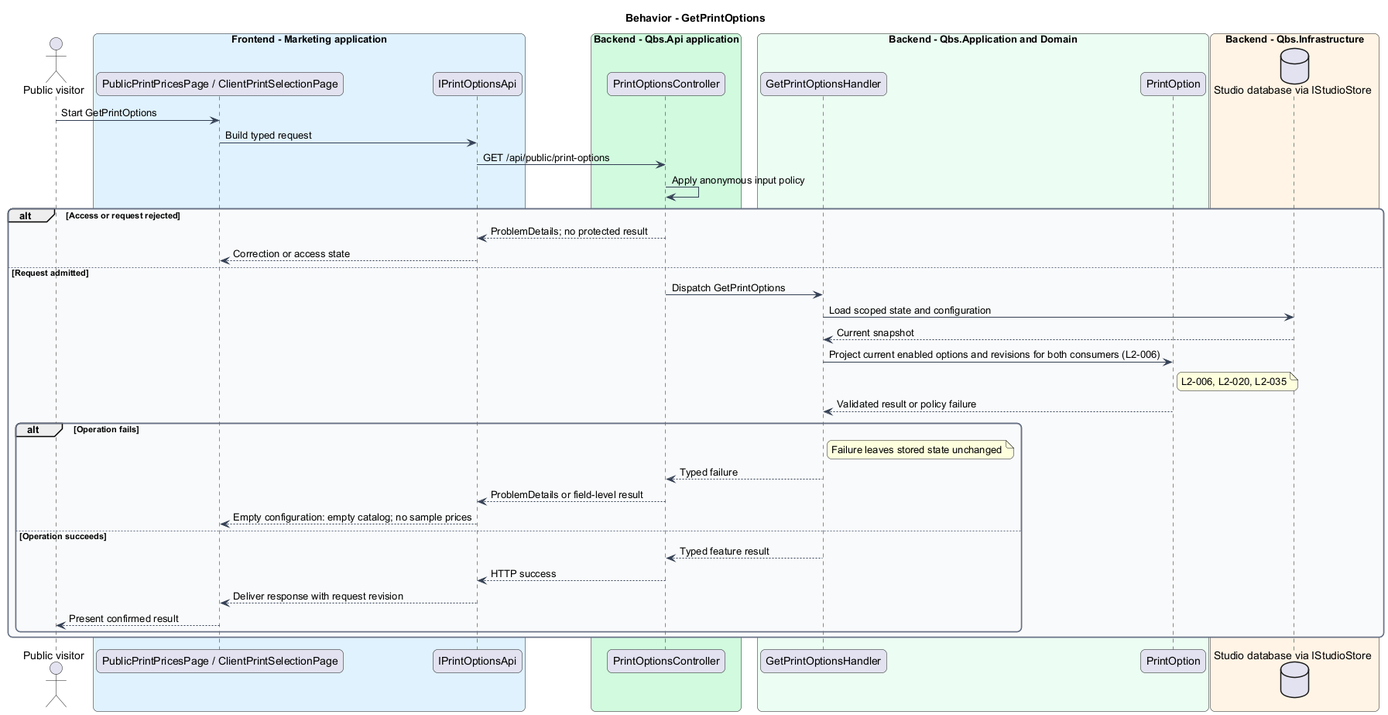
Earlier version of the PlantUML export docs/detailed-designs/prints-and-albums/configure-and-display-print-prices/diagrams/sequence-get-print-options.png (QuinntyneBrown/quinntyne-brown-studio). Source of this version:
```plantuml
@startuml
skinparam backgroundColor #FFFFFF
skinparam shadowing false
skinparam roundcorner 12
skinparam defaultFontName Arial
skinparam ArrowColor #344054
skinparam rectangle {
  BorderColor #344054
  FontColor #101828
}
skinparam package {
  BorderColor #667085
  FontColor #101828
  BackgroundColor #F9FAFB
}
title Behavior - GetPrintOptions
actor "Public visitor" as actor
box "Frontend - Marketing application" #E0F2FE
 participant "PublicPrintPricesPage / ClientPrintSelectionPage" as page
 participant "IPrintOptionsApi" as client
end box
box "Backend - Qbs.Api application" #D1FADF
 participant "PrintOptionsController" as controller
end box
box "Backend - Qbs.Application and Domain" #ECFDF3
 participant "GetPrintOptionsHandler" as handler
 participant "PrintOption" as entity
end box
box "Backend - Qbs.Infrastructure" #FFF4E5
 database "Studio database via IStudioStore" as db
end box
actor -> page : Start GetPrintOptions
page -> client : Build typed request
client -> controller : GET /api/public/print-options
controller -> controller : Apply anonymous input policy
alt Access or request rejected
controller --> client : ProblemDetails; no protected result
client --> page : Correction or access state
else Request admitted
controller -> handler : Dispatch GetPrintOptions
handler -> db : Load scoped state and configuration
db --> handler : Current snapshot
handler -> entity : Project current enabled options and revisions for both consumers (L2-006)
note right of entity
L2-006, L2-020, L2-035
end note
entity --> handler : Validated result or policy failure
alt Operation fails
note right of handler : Failure leaves stored state unchanged
handler --> controller : Typed failure
controller --> client : ProblemDetails or field-level result
client --> page : Empty configuration: empty catalog; no sample prices
else Operation succeeds
handler --> controller : Typed feature result
controller --> client : HTTP success
client --> page : Deliver response with request revision
page --> actor : Present confirmed result
end
end
@enduml
```
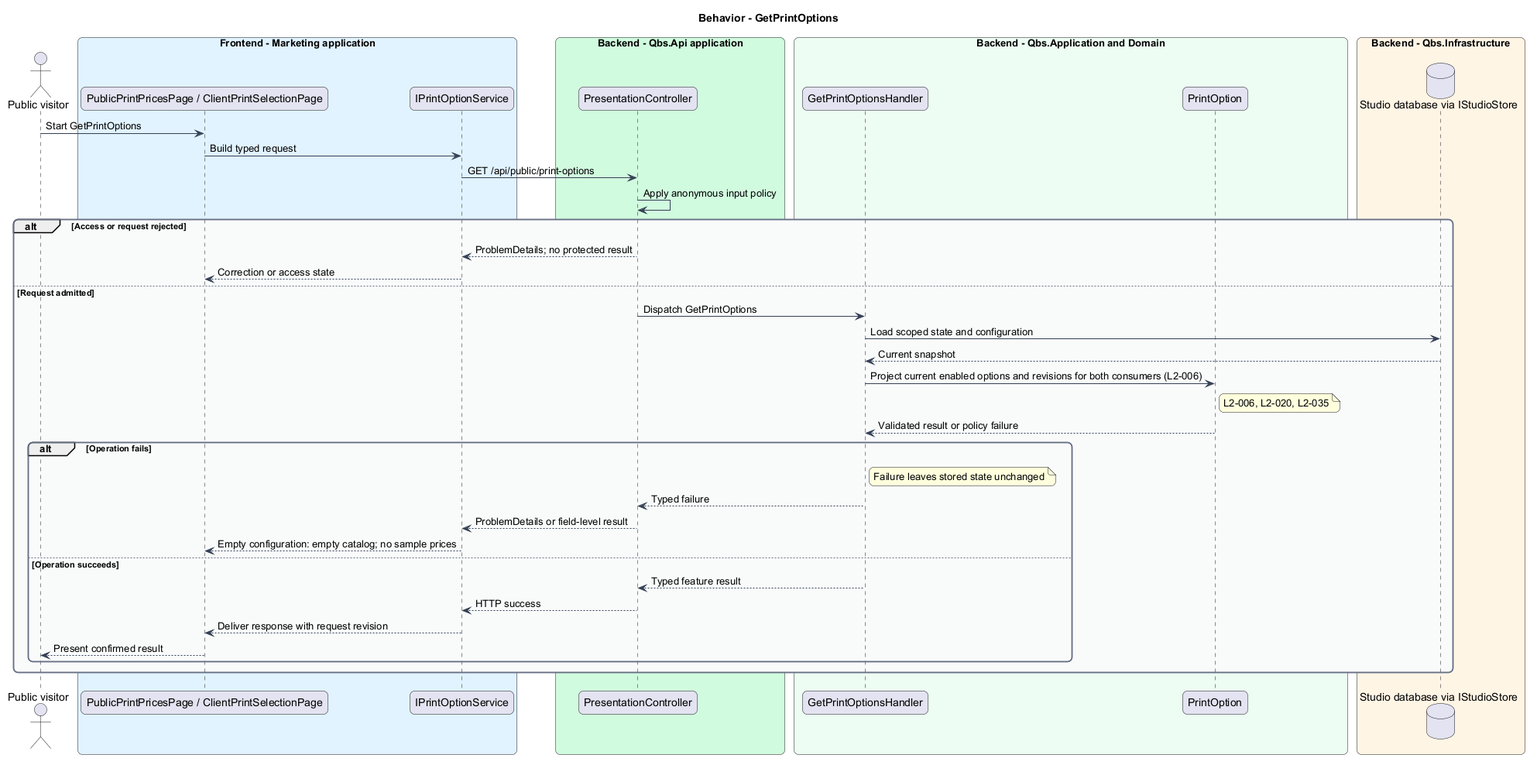
After the commit.

Change to the diagram source:
```diff
@@ -17,10 +17,10 @@
 actor "Public visitor" as actor
 box "Frontend - Marketing application" #E0F2FE
  participant "PublicPrintPricesPage / ClientPrintSelectionPage" as page
- participant "IPrintOptionsApi" as client
+ participant "IPrintOptionService" as client
 end box
 box "Backend - Qbs.Api application" #D1FADF
- participant "PrintOptionsController" as controller
+ participant "PresentationController" as controller
 end box
 box "Backend - Qbs.Application and Domain" #ECFDF3
  participant "GetPrintOptionsHandler" as handler
```
